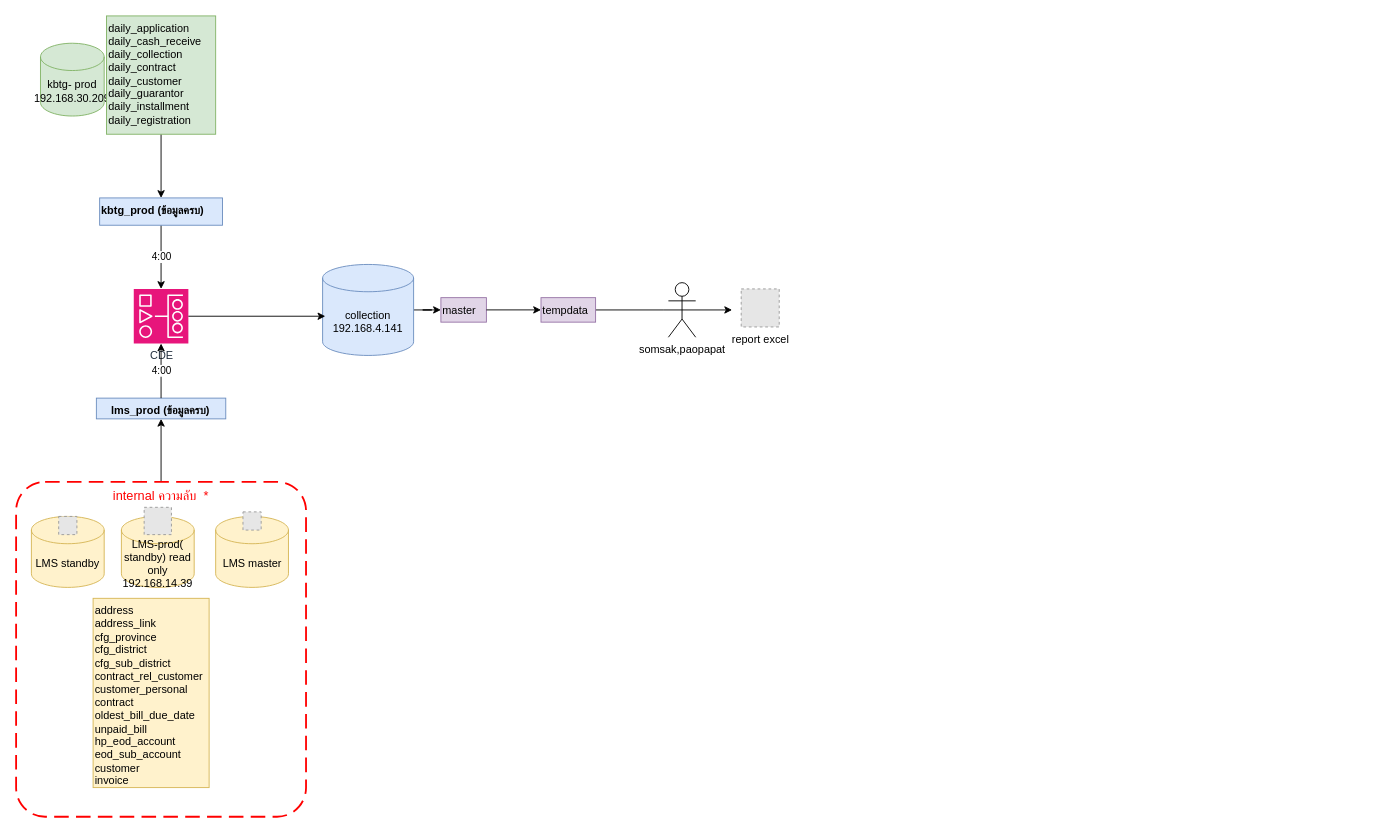
monliepops/drawio keeps this draw.io diagram as share_collection.drawio. Above is the earlier version. Source tidied: cells renumbered, new cells numbered last; positions are measured from the earlier drawing's top-left corner, leaving out a move shared by most shapes. Both pictures are drawn from the tidied source at 91%, with x=0, y=0 at pixel (15, 15). Pictures stored in the file or linked from it are replaced by grey dashed boxes.
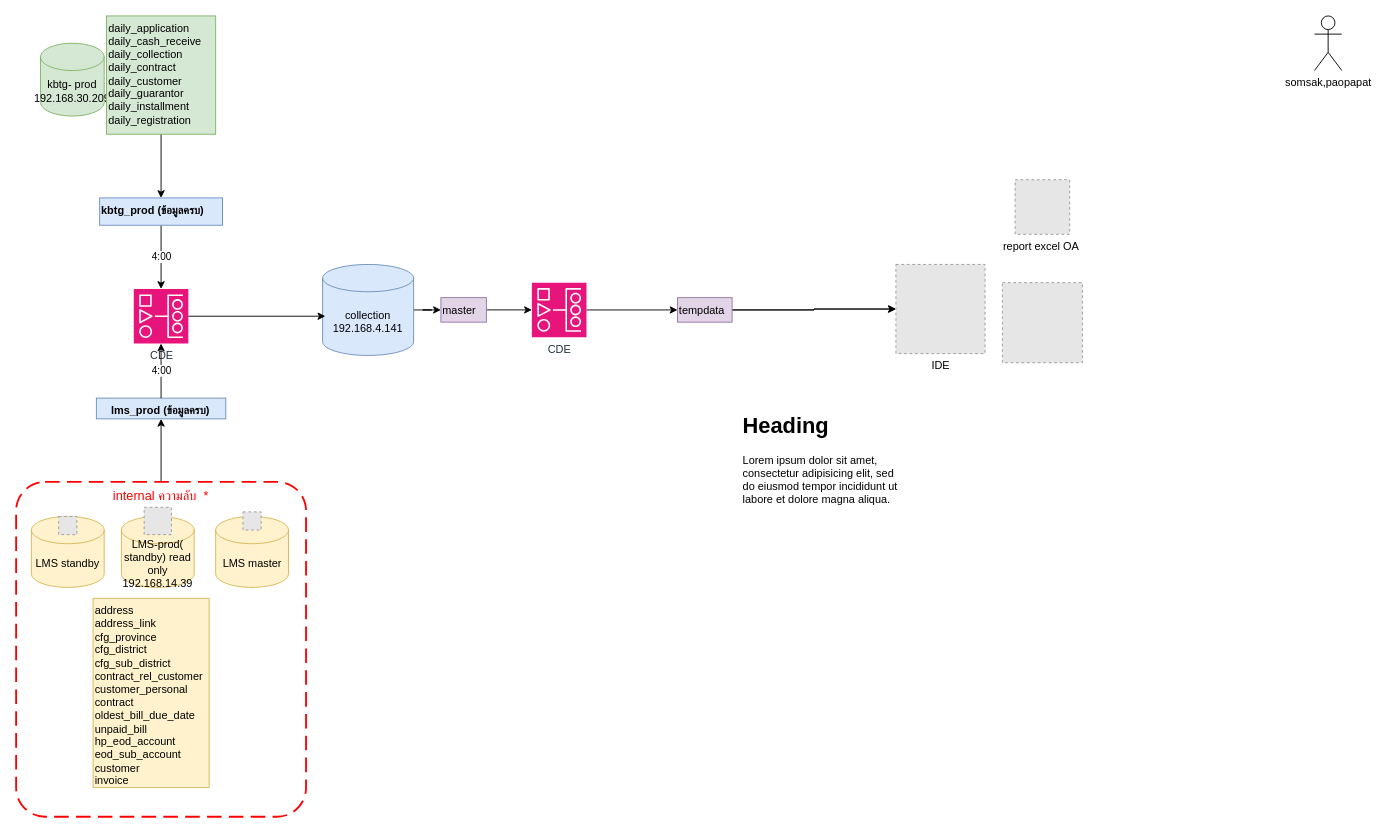
Above is the later version.

The change refers to these unchanged cells:
```xml
<mxCell id="12" value="master" style="text;whiteSpace=wrap;fillColor=#e1d5e7;strokeColor=#9673a6;" parent="1" vertex="1">
  <mxGeometry x="467" y="309.6" width="50" height="26.9" as="geometry" />
</mxCell>
```

What changed in the source:
```diff
@@
     <mxCell id="10" value="&lt;div&gt;&lt;span style=&quot;background-color: initial;&quot;&gt;somsak,paopapat&lt;/span&gt;&lt;br&gt;&lt;/div&gt;" style="shape=umlActor;verticalLabelPosition=bottom;verticalAlign=top;html=1;" parent="1" vertex="1">
-      <mxGeometry x="717" y="293.1" width="30" height="60" as="geometry" />
+      <mxGeometry x="1427" width="30" height="60" as="geometry" />
     </mxCell>
-    <mxCell id="11" style="edgeStyle=orthogonalEdgeStyle;rounded=0;jettySize=auto;html=1;" parent="1" edge="1" source="27">
-      <mxGeometry relative="1" as="geometry">
-        <mxPoint x="787" y="323.1" as="targetPoint" />
-      </mxGeometry>
+    <mxCell id="11" style="edgeStyle=orthogonalEdgeStyle;rounded=0;jettySize=auto;html=1;entryX=0;entryY=0.5;entryDx=0;entryDy=0;" parent="1" edge="1" source="27" target="32">
+      <mxGeometry relative="1" as="geometry" />
     </mxCell>
+    <mxCell id="28" style="edgeStyle=orthogonalEdgeStyle;rounded=0;jettySize=auto;html=1;exitX=1;exitY=0.5;exitDx=0;exitDy=0;" parent="1" edge="1" source="12" target="31">
+      <mxGeometry relative="1" as="geometry" />
+    </mxCell>
@@
-    <mxCell id="13" value="report excel" style="fillColor=#E6E6E6;strokeColor=#999999;dashed=1;html=1;verticalAlign=top;verticalLabelPosition=bottom;labelBackgroundColor=#ffffff;" parent="1" vertex="1">
-      <mxGeometry x="797" y="300" width="41.8" height="41.8" as="geometry" />
+    <mxCell id="13" value="report excel OA&amp;nbsp;" style="fillColor=#E6E6E6;strokeColor=#999999;dashed=1;html=1;verticalAlign=top;verticalLabelPosition=bottom;labelBackgroundColor=#ffffff;" parent="1" vertex="1">
+      <mxGeometry x="1098" y="180" width="60" height="60" as="geometry" />
     </mxCell>
@@
-    <mxCell id="26" style="edgeStyle=orthogonalEdgeStyle;rounded=0;jettySize=auto;html=1;" parent="1" edge="1" source="12" target="27">
-      <mxGeometry relative="1" as="geometry" />
-    </mxCell>
+    <mxCell id="29" style="edgeStyle=orthogonalEdgeStyle;rounded=0;jettySize=auto;html=1;" parent="1" edge="1" source="27" target="32">
+      <mxGeometry relative="1" as="geometry" />
+    </mxCell>
     <mxCell id="27" value="tempdata" style="text;whiteSpace=wrap;fillColor=#e1d5e7;strokeColor=#9673a6;" parent="1" vertex="1">
-      <mxGeometry x="577" y="309.6" width="60" height="26.9" as="geometry" />
+      <mxGeometry x="727" y="309.6" width="60" height="26.9" as="geometry" />
     </mxCell>
+    <mxCell id="30" style="edgeStyle=orthogonalEdgeStyle;rounded=0;jettySize=auto;html=1;exitX=1;exitY=0.5;exitDx=0;exitDy=0;exitPerimeter=0;" parent="1" edge="1" source="31" target="27">
+      <mxGeometry relative="1" as="geometry" />
+    </mxCell>
+    <mxCell id="31" value="CDE" style="sketch=0;points=[[0,0,0],[0.25,0,0],[0.5,0,0],[0.75,0,0],[1,0,0],[0,1,0],[0.25,1,0],[0.5,1,0],[0.75,1,0],[1,1,0],[0,0.25,0],[0,0.5,0],[0,0.75,0],[1,0.25,0],[1,0.5,0],[1,0.75,0]];outlineConnect=0;fontColor=#232F3E;fillColor=#E7157B;strokeColor=#ffffff;dashed=0;verticalLabelPosition=bottom;verticalAlign=top;align=center;html=1;fontSize=12;fontStyle=0;shape=mxgraph.aws4.resourceIcon;resIcon=mxgraph.aws4.managed_workflows_for_apache_airflow;" parent="1" vertex="1">
+      <mxGeometry x="567" y="293.1" width="60" height="60" as="geometry" />
+    </mxCell>
+    <mxCell id="32" value="IDE" style="fillColor=#E6E6E6;strokeColor=#999999;dashed=1;html=1;verticalAlign=top;verticalLabelPosition=bottom;labelBackgroundColor=#ffffff;" parent="1" vertex="1">
+      <mxGeometry x="967" y="273.1" width="98" height="98" as="geometry" />
+    </mxCell>
+    <mxCell id="33" style="fillColor=#E6E6E6;strokeColor=#999999;dashed=1;html=1;verticalAlign=top;verticalLabelPosition=bottom;labelBackgroundColor=#ffffff;" parent="1" vertex="1">
+      <mxGeometry x="1084" y="293.1" width="88" height="88" as="geometry" />
+    </mxCell>
+    <mxCell id="34" value="&lt;h1 style=&quot;margin-top: 0px;&quot;&gt;Heading&lt;/h1&gt;&lt;p&gt;Lorem ipsum dolor sit amet, consectetur adipisicing elit, sed do eiusmod tempor incididunt ut labore et dolore magna aliqua.&lt;/p&gt;" style="text;html=1;whiteSpace=wrap;overflow=hidden;rounded=0;" parent="1" vertex="1">
+      <mxGeometry x="797" y="430" width="180" height="120" as="geometry" />
+    </mxCell>
```
